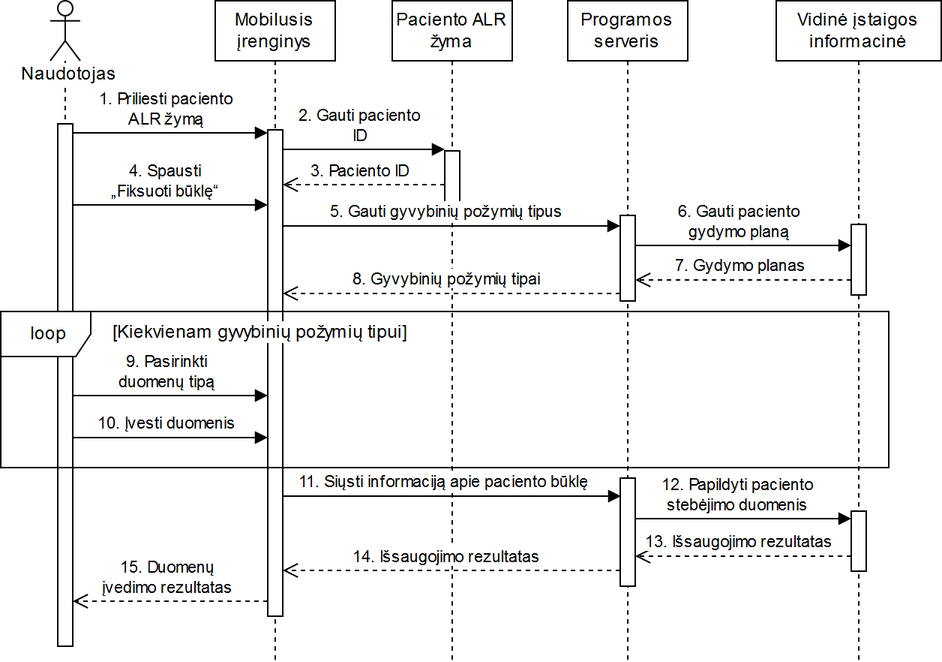
Before: images/buklesFiksavimas.png, a diagram exported from draw.io (DziugasBaltramenas/Bachelor.Thesis). Source tidied: cells renumbered, new cells last; positions are measured from the earlier drawing's top-left corner, leaving out a move shared by most shapes.
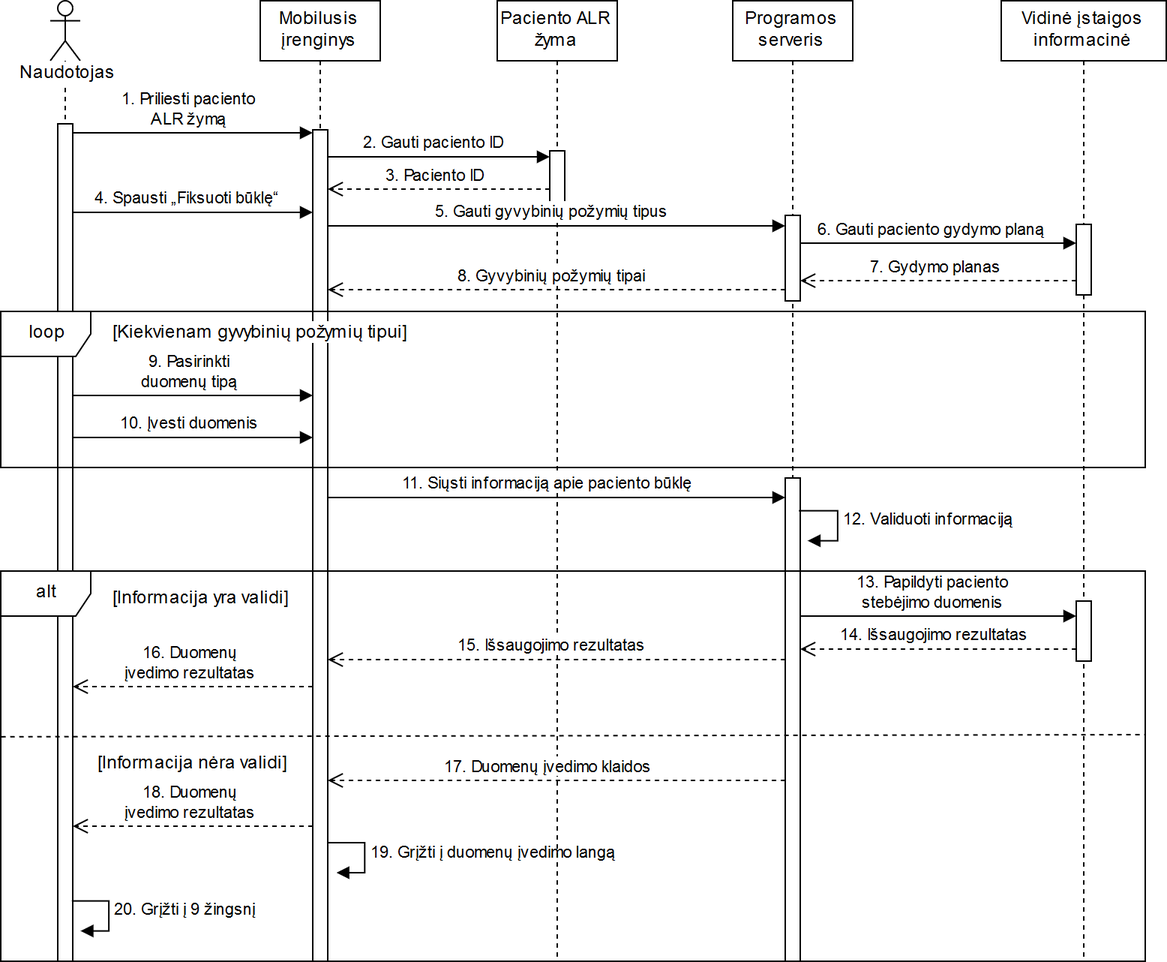
The same diagram one commit later.

Change to the diagram source:
```diff
@@ -3,129 +3,189 @@
     <mxCell id="0" />
     <mxCell id="1" parent="0" />
     <mxCell id="2" value="Naudotojas" style="shape=umlLifeline;participant=umlActor;perimeter=lifelinePerimeter;whiteSpace=wrap;html=1;verticalAlign=top;spacingTop=36;labelBackgroundColor=#ffffff;" parent="1" vertex="1">
-      <mxGeometry x="33" width="20" height="430" as="geometry" />
+      <mxGeometry x="33" width="20" height="640" as="geometry" />
     </mxCell>
     <mxCell id="3" style="html=1;points=[];perimeter=orthogonalPerimeter;" parent="2" vertex="1">
-      <mxGeometry x="5" y="82" width="10" height="348" as="geometry" />
+      <mxGeometry x="5" y="82" width="10" height="558" as="geometry" />
     </mxCell>
     <mxCell id="4" value="Mobilusis įrenginys" style="shape=umlLifeline;perimeter=lifelinePerimeter;whiteSpace=wrap;html=1;" parent="1" vertex="1">
-      <mxGeometry x="143" width="80" height="440" as="geometry" />
+      <mxGeometry x="173" width="80" height="640" as="geometry" />
     </mxCell>
     <mxCell id="5" style="html=1;points=[];perimeter=orthogonalPerimeter;" parent="4" vertex="1">
-      <mxGeometry x="35" y="86" width="10" height="324" as="geometry" />
+      <mxGeometry x="35" y="86" width="10" height="554" as="geometry" />
     </mxCell>
     <mxCell id="6" value="Paciento ALR žyma" style="shape=umlLifeline;perimeter=lifelinePerimeter;whiteSpace=wrap;html=1;" parent="1" vertex="1">
-      <mxGeometry x="261" width="80" height="440" as="geometry" />
+      <mxGeometry x="331" width="80" height="640" as="geometry" />
     </mxCell>
     <mxCell id="7" style="html=1;perimeter=orthogonalPerimeter;" parent="6" vertex="1">
       <mxGeometry x="35" y="100" width="10" height="35" as="geometry" />
     </mxCell>
     <mxCell id="8" value="Programos serveris" style="shape=umlLifeline;perimeter=lifelinePerimeter;whiteSpace=wrap;html=1;" parent="1" vertex="1">
-      <mxGeometry x="378" width="80" height="440" as="geometry" />
+      <mxGeometry x="488" width="80" height="640" as="geometry" />
     </mxCell>
     <mxCell id="9" style="html=1;perimeter=orthogonalPerimeter;" parent="8" vertex="1">
       <mxGeometry x="35" y="143" width="10" height="57" as="geometry" />
     </mxCell>
     <mxCell id="10" style="html=1;perimeter=orthogonalPerimeter;" parent="8" vertex="1">
-      <mxGeometry x="35" y="318" width="10" height="72" as="geometry" />
+      <mxGeometry x="35" y="318" width="10" height="322" as="geometry" />
     </mxCell>
     <mxCell id="11" value="Vidinė įstaigos informacinė sistema" style="shape=umlLifeline;perimeter=lifelinePerimeter;whiteSpace=wrap;html=1;" parent="1" vertex="1">
-      <mxGeometry x="517" width="110" height="440" as="geometry" />
+      <mxGeometry x="667" width="110" height="640" as="geometry" />
     </mxCell>
     <mxCell id="12" style="html=1;points=[];perimeter=orthogonalPerimeter;" parent="11" vertex="1">
       <mxGeometry x="50" y="149" width="10" height="47" as="geometry" />
     </mxCell>
     <mxCell id="13" style="html=1;points=[];perimeter=orthogonalPerimeter;" parent="11" vertex="1">
-      <mxGeometry x="50" y="340" width="10" height="40" as="geometry" />
+      <mxGeometry x="50" y="400" width="10" height="40" as="geometry" />
     </mxCell>
-    <mxCell id="14" value="&lt;div&gt;1. Priliesti paciento&lt;/div&gt;&lt;div&gt;ALR žymą&lt;br&gt;&lt;/div&gt;" style="html=1;verticalAlign=bottom;endArrow=block;" parent="1" edge="1" source="3">
+    <mxCell id="14" value="&lt;div&gt;1. Priliesti paciento&lt;/div&gt;&lt;div&gt;ALR žymą&lt;br&gt;&lt;/div&gt;" style="html=1;verticalAlign=bottom;endArrow=block;" parent="1" edge="1">
       <mxGeometry relative="1" as="geometry">
-        <mxPoint x="178" y="88" as="targetPoint" />
+        <mxPoint x="48" y="88" as="sourcePoint" />
+        <mxPoint x="208" y="88" as="targetPoint" />
       </mxGeometry>
     </mxCell>
-    <mxCell id="15" value="&lt;div&gt;2. Gauti paciento &lt;br&gt;&lt;/div&gt;&lt;div&gt;ID&lt;br&gt;&lt;/div&gt;" style="html=1;verticalAlign=bottom;endArrow=block;" parent="1" edge="1">
+    <mxCell id="15" value="&lt;div&gt;2. Gauti paciento ID&lt;br&gt;&lt;/div&gt;" style="html=1;verticalAlign=bottom;endArrow=block;" parent="1" edge="1">
       <mxGeometry relative="1" as="geometry">
-        <mxPoint x="188" y="99" as="sourcePoint" />
-        <mxPoint x="296" y="99" as="targetPoint" />
+        <mxPoint x="218" y="104" as="sourcePoint" />
+        <mxPoint x="366" y="104" as="targetPoint" />
       </mxGeometry>
     </mxCell>
-    <mxCell id="16" value="&lt;div&gt;4. Spausti &lt;br&gt;&lt;div&gt;&lt;div&gt;&lt;span&gt;„Fiksuoti būklę“&lt;/span&gt;&lt;/div&gt;&lt;/div&gt;&lt;/div&gt;" style="html=1;verticalAlign=bottom;endArrow=block;" parent="1" edge="1" source="3">
+    <mxCell id="16" value="&lt;div&gt;4. Spausti&lt;span&gt; „Fiksuoti būklę“&lt;/span&gt;&lt;/div&gt;" style="html=1;verticalAlign=bottom;endArrow=block;" parent="1" edge="1">
       <mxGeometry relative="1" as="geometry">
-        <mxPoint x="178" y="136" as="targetPoint" />
+        <mxPoint x="48" y="141" as="sourcePoint" />
+        <mxPoint x="208" y="141" as="targetPoint" />
       </mxGeometry>
     </mxCell>
     <mxCell id="17" value="3. Paciento ID" style="html=1;verticalAlign=bottom;endArrow=open;dashed=1;endSize=8;" parent="1" edge="1">
       <mxGeometry relative="1" as="geometry">
-        <mxPoint x="296" y="122.5" as="sourcePoint" />
-        <mxPoint x="188" y="122.5" as="targetPoint" />
+        <mxPoint x="366" y="125.5" as="sourcePoint" />
+        <mxPoint x="218" y="125.5" as="targetPoint" />
       </mxGeometry>
     </mxCell>
-    <mxCell id="18" value="&lt;div&gt;9. Pasirinkti &lt;br&gt;&lt;/div&gt;&lt;div&gt;duomenų tipą&lt;br&gt;&lt;/div&gt;" style="html=1;verticalAlign=bottom;endArrow=block;" parent="1" edge="1">
+    <mxCell id="18" value="&lt;div&gt;9. Pasirinkti &lt;br&gt;&lt;/div&gt;&lt;div&gt;duomenų tipą&lt;br&gt;&lt;/div&gt;" style="html=1;verticalAlign=bottom;endArrow=block;" parent="1" edge="1" target="5">
       <mxGeometry relative="1" as="geometry">
         <mxPoint x="48" y="263" as="sourcePoint" />
-        <mxPoint x="178" y="263" as="targetPoint" />
       </mxGeometry>
     </mxCell>
     <mxCell id="19" value="11. Siųsti informaciją apie paciento būklę" style="html=1;verticalAlign=bottom;endArrow=block;" parent="1" edge="1">
       <mxGeometry relative="1" as="geometry">
-        <mxPoint x="188.5" y="330" as="sourcePoint" />
-        <mxPoint x="413.5" y="330" as="targetPoint" />
+        <mxPoint x="218" y="331" as="sourcePoint" />
+        <mxPoint x="523" y="331" as="targetPoint" />
       </mxGeometry>
     </mxCell>
-    <mxCell id="20" value="10. Įvesti duomenis" style="html=1;verticalAlign=bottom;endArrow=block;" parent="1" edge="1">
+    <mxCell id="20" value="10. Įvesti duomenis" style="html=1;verticalAlign=bottom;endArrow=block;" parent="1" edge="1" target="5">
       <mxGeometry relative="1" as="geometry">
         <mxPoint x="48" y="291" as="sourcePoint" />
-        <mxPoint x="178" y="291" as="targetPoint" />
       </mxGeometry>
     </mxCell>
-    <mxCell id="21" value="5. Gauti gyvybinių požymių tipus" style="html=1;verticalAlign=bottom;endArrow=block;" parent="1" edge="1">
+    <mxCell id="21" value="5. Gauti gyvybinių požymių tipus" style="html=1;verticalAlign=bottom;endArrow=block;" parent="1" edge="1" source="5">
       <mxGeometry relative="1" as="geometry">
-        <mxPoint x="188" y="150" as="sourcePoint" />
-        <mxPoint x="413" y="150" as="targetPoint" />
+        <mxPoint x="523" y="150" as="targetPoint" />
       </mxGeometry>
     </mxCell>
-    <mxCell id="22" value="&lt;div&gt;6. Gauti paciento&lt;/div&gt;&lt;div&gt;gydymo planą&lt;br&gt;&lt;/div&gt;" style="html=1;verticalAlign=bottom;endArrow=block;" parent="1" edge="1" target="12">
+    <mxCell id="22" value="&lt;div&gt;6. Gauti paciento gydymo planą&lt;br&gt;&lt;/div&gt;" style="html=1;verticalAlign=bottom;endArrow=block;" parent="1" edge="1">
       <mxGeometry relative="1" as="geometry">
-        <mxPoint x="423" y="163" as="sourcePoint" />
+        <mxPoint x="533" y="161.5" as="sourcePoint" />
+        <mxPoint x="717" y="161.5" as="targetPoint" />
       </mxGeometry>
     </mxCell>
-    <mxCell id="23" value="7. Gydymo planas" style="html=1;verticalAlign=bottom;endArrow=open;dashed=1;endSize=8;" parent="1" edge="1" source="12">
+    <mxCell id="23" value="7. Gydymo planas" style="html=1;verticalAlign=bottom;endArrow=open;dashed=1;endSize=8;" parent="1" edge="1">
       <mxGeometry relative="1" as="geometry">
-        <mxPoint x="423" y="186" as="targetPoint" />
+        <mxPoint x="717" y="186.5" as="sourcePoint" />
+        <mxPoint x="533" y="186.5" as="targetPoint" />
       </mxGeometry>
     </mxCell>
     <mxCell id="24" value="8. Gyvybinių požymių tipai" style="html=1;verticalAlign=bottom;endArrow=open;dashed=1;endSize=8;" parent="1" edge="1">
       <mxGeometry relative="1" as="geometry">
-        <mxPoint x="413" y="195" as="sourcePoint" />
-        <mxPoint x="188" y="195" as="targetPoint" />
+        <mxPoint x="523" y="192.5" as="sourcePoint" />
+        <mxPoint x="218" y="192.5" as="targetPoint" />
       </mxGeometry>
     </mxCell>
     <mxCell id="25" value="[Kiekvienam gyvybinių požymių tipui]" style="text;html=1;align=left;verticalAlign=top;spacingTop=-4;labelBackgroundColor=#ffffff;" parent="1" vertex="1">
       <mxGeometry x="73" y="213" width="200" height="20" as="geometry" />
     </mxCell>
-    <mxCell id="26" value="&lt;div&gt;12. Papildyti paciento&lt;/div&gt;&lt;div&gt;stebėjimo duomenis&lt;br&gt;&lt;/div&gt;" style="html=1;verticalAlign=bottom;endArrow=block;" parent="1" edge="1" target="13">
+    <mxCell id="26" value="&lt;div&gt;13. Papildyti paciento&lt;/div&gt;&lt;div&gt;stebėjimo duomenis&lt;br&gt;&lt;/div&gt;" style="html=1;verticalAlign=bottom;endArrow=block;labelBackgroundColor=none;" parent="1" edge="1">
       <mxGeometry relative="1" as="geometry">
-        <mxPoint x="423" y="345" as="sourcePoint" />
+        <mxPoint x="533" y="410" as="sourcePoint" />
+        <mxPoint x="717" y="410" as="targetPoint" />
       </mxGeometry>
     </mxCell>
-    <mxCell id="27" value="loop" style="shape=umlFrame;whiteSpace=wrap;html=1;" parent="1" vertex="1">
-      <mxGeometry y="207" width="592" height="104" as="geometry" />
-    </mxCell>
-    <mxCell id="28" value="13. Išsaugojimo rezultatas" style="html=1;verticalAlign=bottom;endArrow=open;dashed=1;endSize=8;" parent="1" edge="1" source="13">
+    <mxCell id="28" value="14. Išsaugojimo rezultatas" style="html=1;verticalAlign=bottom;endArrow=open;dashed=1;endSize=8;" parent="1" edge="1">
       <mxGeometry relative="1" as="geometry">
-        <mxPoint x="423" y="370" as="targetPoint" />
+        <mxPoint x="717" y="432" as="sourcePoint" />
+        <mxPoint x="533" y="432" as="targetPoint" />
       </mxGeometry>
     </mxCell>
-    <mxCell id="29" value="14. Išsaugojimo rezultatas" style="html=1;verticalAlign=bottom;endArrow=open;dashed=1;endSize=8;" parent="1" edge="1">
+    <mxCell id="29" value="15. Išsaugojimo rezultatas" style="html=1;verticalAlign=bottom;endArrow=open;dashed=1;endSize=8;" parent="1" edge="1">
       <mxGeometry relative="1" as="geometry">
-        <mxPoint x="413" y="379.5" as="sourcePoint" />
-        <mxPoint x="188" y="379.5" as="targetPoint" />
+        <mxPoint x="523" y="439" as="sourcePoint" />
+        <mxPoint x="218" y="439" as="targetPoint" />
       </mxGeometry>
     </mxCell>
-    <mxCell id="30" value="&lt;div&gt;15. Duomenų &lt;br&gt;&lt;/div&gt;&lt;div&gt;įvedimo rezultatas&lt;br&gt;&lt;/div&gt;" style="html=1;verticalAlign=bottom;endArrow=open;dashed=1;endSize=8;" parent="1" edge="1" target="3">
+    <mxCell id="30" value="&lt;div&gt;16. Duomenų &lt;br&gt;&lt;/div&gt;&lt;div&gt;įvedimo rezultatas&lt;br&gt;&lt;/div&gt;" style="html=1;verticalAlign=bottom;endArrow=open;dashed=1;endSize=8;" parent="1" edge="1">
       <mxGeometry relative="1" as="geometry">
-        <mxPoint x="178" y="400" as="sourcePoint" />
+        <mxPoint x="208" y="457" as="sourcePoint" />
+        <mxPoint x="48" y="457" as="targetPoint" />
       </mxGeometry>
     </mxCell>
+    <mxCell id="31" value="12. Validuoti informaciją" style="edgeStyle=orthogonalEdgeStyle;html=1;align=left;spacingLeft=2;endArrow=block;rounded=0;entryX=1;entryY=0;labelBackgroundColor=none;" parent="1" edge="1">
+      <mxGeometry relative="1" as="geometry">
+        <mxPoint x="532.5" y="340" as="sourcePoint" />
+        <mxPoint x="537.7" y="359.9" as="targetPoint" />
+        <Array as="points">
+          <mxPoint x="557.5" y="340" />
+          <mxPoint x="557.5" y="360" />
+        </Array>
+      </mxGeometry>
+    </mxCell>
+    <mxCell id="32" value="[Informacija yra validi]" style="text;html=1;align=left;verticalAlign=top;spacingTop=-4;labelBackgroundColor=#ffffff;" parent="1" vertex="1">
+      <mxGeometry x="73" y="390" width="130" height="20" as="geometry" />
+    </mxCell>
+    <mxCell id="27" value="loop" style="shape=umlFrame;whiteSpace=wrap;html=1;" parent="1" vertex="1">
+      <mxGeometry y="207" width="763" height="104" as="geometry" />
+    </mxCell>
+    <mxCell id="33" style="endArrow=none;dashed=1;html=1;labelBackgroundColor=none;exitX=0;exitY=0.425;exitDx=0;exitDy=0;exitPerimeter=0;" parent="1" edge="1" source="39">
+      <mxGeometry relative="1" as="geometry">
+        <mxPoint x="763" y="489" as="targetPoint" />
+      </mxGeometry>
+    </mxCell>
+    <mxCell id="34" value="[Informacija nėra validi]" style="text;html=1;align=left;verticalAlign=top;spacingTop=-4;labelBackgroundColor=#ffffff;" parent="1" vertex="1">
+      <mxGeometry x="63" y="500" width="130" height="20" as="geometry" />
+    </mxCell>
+    <mxCell id="35" value="17. Duomenų įvedimo klaidos" style="html=1;verticalAlign=bottom;endArrow=open;dashed=1;endSize=8;" parent="1" edge="1">
+      <mxGeometry relative="1" as="geometry">
+        <mxPoint x="523" y="519.5" as="sourcePoint" />
+        <mxPoint x="218" y="519.5" as="targetPoint" />
+      </mxGeometry>
+    </mxCell>
+    <mxCell id="36" value="&lt;div&gt;18. Duomenų &lt;br&gt;&lt;/div&gt;&lt;div&gt;įvedimo rezultatas&lt;br&gt;&lt;/div&gt;" style="html=1;verticalAlign=bottom;endArrow=open;dashed=1;endSize=8;" parent="1" edge="1">
+      <mxGeometry relative="1" as="geometry">
+        <mxPoint x="208" y="550" as="sourcePoint" />
+        <mxPoint x="48" y="550" as="targetPoint" />
+      </mxGeometry>
+    </mxCell>
+    <mxCell id="37" value="19. Grįžti į duomenų įvedimo langą" style="edgeStyle=orthogonalEdgeStyle;html=1;align=left;spacingLeft=2;endArrow=block;rounded=0;entryX=1;entryY=0;labelBackgroundColor=none;" parent="1" edge="1">
+      <mxGeometry relative="1" as="geometry">
+        <mxPoint x="217.6" y="560.8" as="sourcePoint" />
+        <mxPoint x="223.4" y="580.8" as="targetPoint" />
+        <Array as="points">
+          <mxPoint x="243" y="561" />
+          <mxPoint x="243" y="581" />
+        </Array>
+      </mxGeometry>
+    </mxCell>
+    <mxCell id="38" value="20. Grįžti į 9 žingsnį" style="edgeStyle=orthogonalEdgeStyle;html=1;align=left;spacingLeft=2;endArrow=block;rounded=0;entryX=1;entryY=0;labelBackgroundColor=none;" parent="1" edge="1">
+      <mxGeometry relative="1" as="geometry">
+        <mxPoint x="47.4" y="599.5" as="sourcePoint" />
+        <mxPoint x="53.3" y="619.5" as="targetPoint" />
+        <Array as="points">
+          <mxPoint x="72.5" y="599.5" />
+          <mxPoint x="72.5" y="619.5" />
+        </Array>
+      </mxGeometry>
+    </mxCell>
+    <mxCell id="39" value="alt" style="shape=umlFrame;whiteSpace=wrap;html=1;align=center;" parent="1" vertex="1">
+      <mxGeometry y="380" width="763" height="260" as="geometry" />
+    </mxCell>
   </root>
 </mxGraphModel>
```
